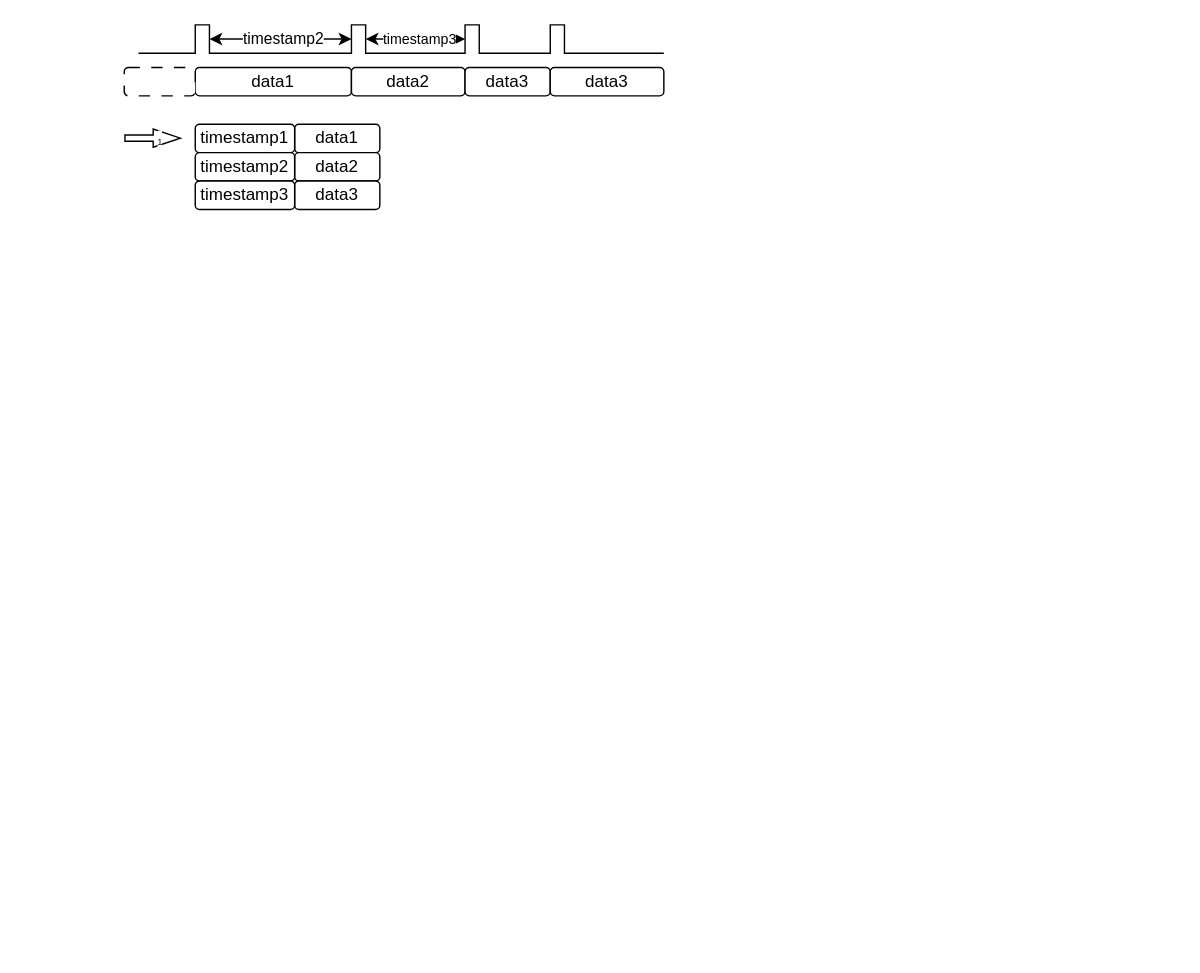
iceyxy/flow-chart-drawio keeps this draw.io diagram as drawio/dsadc.drawio. Above is the earlier version. Source tidied: cells renumbered, new cells numbered last; positions are measured from the earlier drawing's top-left corner, leaving out a move shared by most shapes. Both pictures are drawn from the tidied source at 142%, with x=0, y=0 at pixel (124, 24).
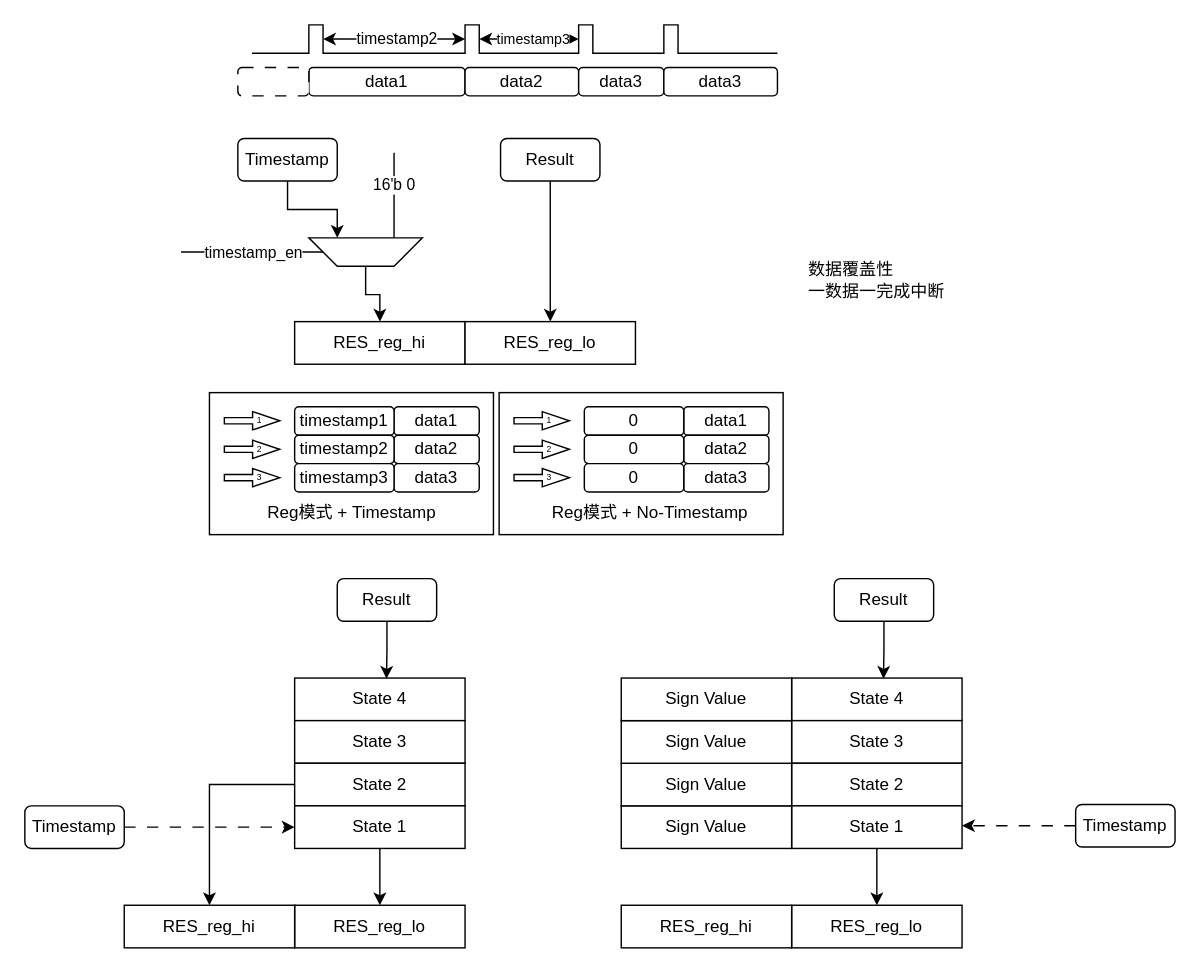
Above is the later version.

Change to the diagram source:
```diff
@@
+    <mxCell id="20" style="group;" parent="1" vertex="1">
+      <mxGeometry x="60" y="259" width="404" height="100" as="geometry" />
+    </mxCell>
+    <mxCell id="21" style="rounded=0;whiteSpace=wrap;html=1;" parent="20" vertex="1">
+      <mxGeometry x="204" width="200" height="100" as="geometry" />
+    </mxCell>
+    <mxCell id="22" style="rounded=0;whiteSpace=wrap;html=1;" parent="20" vertex="1">
+      <mxGeometry width="200" height="100" as="geometry" />
+    </mxCell>
+    <mxCell id="10" value="data1" style="rounded=1;whiteSpace=wrap;html=1;" parent="20" vertex="1">
+      <mxGeometry x="130" y="10" width="60" height="20" as="geometry" />
+    </mxCell>
+    <mxCell id="11" value="timestamp1" style="rounded=1;whiteSpace=wrap;html=1;" parent="20" vertex="1">
+      <mxGeometry x="60" y="10" width="70" height="20" as="geometry" />
+    </mxCell>
+    <mxCell id="12" value="data2" style="rounded=1;whiteSpace=wrap;html=1;" parent="20" vertex="1">
+      <mxGeometry x="130" y="30" width="60" height="20" as="geometry" />
+    </mxCell>
+    <mxCell id="13" value="timestamp2" style="rounded=1;whiteSpace=wrap;html=1;" parent="20" vertex="1">
+      <mxGeometry x="60" y="30" width="70" height="20" as="geometry" />
+    </mxCell>
+    <mxCell id="14" value="data3" style="rounded=1;whiteSpace=wrap;html=1;" parent="20" vertex="1">
+      <mxGeometry x="130" y="50" width="60" height="20" as="geometry" />
+    </mxCell>
+    <mxCell id="15" value="timestamp3" style="rounded=1;whiteSpace=wrap;html=1;" parent="20" vertex="1">
+      <mxGeometry x="60" y="50" width="70" height="20" as="geometry" />
+    </mxCell>
+    <mxCell id="18" style="shape=flexArrow;endArrow=classic;html=1;rounded=0;width=4.385964912280701;endSize=6.040350877192982;endWidth=7.476146506617421;" parent="20" edge="1">
+      <mxGeometry relative="1" as="geometry">
+        <mxPoint x="10" y="19.8" as="sourcePoint" />
+        <mxPoint x="50" y="19.8" as="targetPoint" />
+      </mxGeometry>
+    </mxCell>
+    <mxCell id="19" value="&lt;font style=&quot;font-size: 6px;&quot;&gt;1&lt;/font&gt;" style="edgeLabel;html=1;align=center;verticalAlign=middle;labelBackgroundColor=none;" parent="18" vertex="1">
+      <mxGeometry x="0.2" y="-1" relative="1" as="geometry">
+        <mxPoint y="-3" as="offset" />
+      </mxGeometry>
+    </mxCell>
+    <mxCell id="23" style="shape=flexArrow;endArrow=classic;html=1;rounded=0;width=4.385964912280701;endSize=6.040350877192982;endWidth=7.476146506617421;" parent="20" edge="1">
+      <mxGeometry relative="1" as="geometry">
+        <mxPoint x="10" y="39.9" as="sourcePoint" />
+        <mxPoint x="50" y="39.9" as="targetPoint" />
+      </mxGeometry>
+    </mxCell>
+    <mxCell id="24" value="&lt;font style=&quot;font-size: 6px;&quot;&gt;2&lt;/font&gt;" style="edgeLabel;html=1;align=center;verticalAlign=middle;labelBackgroundColor=none;" parent="23" vertex="1">
+      <mxGeometry x="0.2" y="-1" relative="1" as="geometry">
+        <mxPoint y="-3" as="offset" />
+      </mxGeometry>
+    </mxCell>
+    <mxCell id="25" style="shape=flexArrow;endArrow=classic;html=1;rounded=0;width=4.385964912280701;endSize=6.040350877192982;endWidth=7.476146506617421;" parent="20" edge="1">
+      <mxGeometry relative="1" as="geometry">
+        <mxPoint x="10" y="59.9" as="sourcePoint" />
+        <mxPoint x="50" y="59.9" as="targetPoint" />
+      </mxGeometry>
+    </mxCell>
+    <mxCell id="26" value="&lt;font style=&quot;font-size: 6px;&quot;&gt;3&lt;/font&gt;" style="edgeLabel;html=1;align=center;verticalAlign=middle;labelBackgroundColor=none;" parent="25" vertex="1">
+      <mxGeometry x="0.2" y="-1" relative="1" as="geometry">
+        <mxPoint y="-3" as="offset" />
+      </mxGeometry>
+    </mxCell>
+    <mxCell id="27" value="data1" style="rounded=1;whiteSpace=wrap;html=1;" parent="20" vertex="1">
+      <mxGeometry x="334" y="10" width="60" height="20" as="geometry" />
+    </mxCell>
+    <mxCell id="28" value="0" style="rounded=1;whiteSpace=wrap;html=1;" parent="20" vertex="1">
+      <mxGeometry x="264" y="10" width="70" height="20" as="geometry" />
+    </mxCell>
+    <mxCell id="29" value="data2" style="rounded=1;whiteSpace=wrap;html=1;" parent="20" vertex="1">
+      <mxGeometry x="334" y="30" width="60" height="20" as="geometry" />
+    </mxCell>
+    <mxCell id="30" value="0" style="rounded=1;whiteSpace=wrap;html=1;" parent="20" vertex="1">
+      <mxGeometry x="264" y="30" width="70" height="20" as="geometry" />
+    </mxCell>
+    <mxCell id="31" value="data3" style="rounded=1;whiteSpace=wrap;html=1;" parent="20" vertex="1">
+      <mxGeometry x="334" y="50" width="60" height="20" as="geometry" />
+    </mxCell>
+    <mxCell id="32" value="0" style="rounded=1;whiteSpace=wrap;html=1;" parent="20" vertex="1">
+      <mxGeometry x="264" y="50" width="70" height="20" as="geometry" />
+    </mxCell>
+    <mxCell id="33" style="shape=flexArrow;endArrow=classic;html=1;rounded=0;width=4.385964912280701;endSize=6.040350877192982;endWidth=7.476146506617421;" parent="20" edge="1">
+      <mxGeometry relative="1" as="geometry">
+        <mxPoint x="214" y="19.8" as="sourcePoint" />
+        <mxPoint x="254" y="19.8" as="targetPoint" />
+      </mxGeometry>
+    </mxCell>
+    <mxCell id="34" value="&lt;font style=&quot;font-size: 6px;&quot;&gt;1&lt;/font&gt;" style="edgeLabel;html=1;align=center;verticalAlign=middle;labelBackgroundColor=none;" parent="33" vertex="1">
+      <mxGeometry x="0.2" y="-1" relative="1" as="geometry">
+        <mxPoint y="-3" as="offset" />
+      </mxGeometry>
+    </mxCell>
+    <mxCell id="35" style="shape=flexArrow;endArrow=classic;html=1;rounded=0;width=4.385964912280701;endSize=6.040350877192982;endWidth=7.476146506617421;" parent="20" edge="1">
+      <mxGeometry relative="1" as="geometry">
+        <mxPoint x="214" y="39.9" as="sourcePoint" />
+        <mxPoint x="254" y="39.9" as="targetPoint" />
+      </mxGeometry>
+    </mxCell>
+    <mxCell id="36" value="&lt;font style=&quot;font-size: 6px;&quot;&gt;2&lt;/font&gt;" style="edgeLabel;html=1;align=center;verticalAlign=middle;labelBackgroundColor=none;" parent="35" vertex="1">
+      <mxGeometry x="0.2" y="-1" relative="1" as="geometry">
+        <mxPoint y="-3" as="offset" />
+      </mxGeometry>
+    </mxCell>
+    <mxCell id="37" style="shape=flexArrow;endArrow=classic;html=1;rounded=0;width=4.385964912280701;endSize=6.040350877192982;endWidth=7.476146506617421;" parent="20" edge="1">
+      <mxGeometry relative="1" as="geometry">
+        <mxPoint x="214" y="59.9" as="sourcePoint" />
+        <mxPoint x="254" y="59.9" as="targetPoint" />
+      </mxGeometry>
+    </mxCell>
+    <mxCell id="38" value="&lt;font style=&quot;font-size: 6px;&quot;&gt;3&lt;/font&gt;" style="edgeLabel;html=1;align=center;verticalAlign=middle;labelBackgroundColor=none;" parent="37" vertex="1">
+      <mxGeometry x="0.2" y="-1" relative="1" as="geometry">
+        <mxPoint y="-3" as="offset" />
+      </mxGeometry>
+    </mxCell>
+    <mxCell id="39" value="Reg模式 + Timestamp" style="text;html=1;align=center;verticalAlign=middle;strokeColor=none;fillColor=none;" parent="20" vertex="1">
+      <mxGeometry x="30" y="70" width="140" height="30" as="geometry" />
+    </mxCell>
+    <mxCell id="40" value="Reg模式 + No-Timestamp" style="text;html=1;align=center;verticalAlign=middle;strokeColor=none;fillColor=none;" parent="20" vertex="1">
+      <mxGeometry x="230" y="70" width="160" height="30" as="geometry" />
+    </mxCell>
+    <mxCell id="41" style="group;" parent="1" vertex="1">
+      <mxGeometry x="80" width="380" height="50" as="geometry" />
+    </mxCell>
-    <mxCell id="2" value="data1" style="rounded=1;whiteSpace=wrap;html=1;" parent="1" vertex="1">
+    <mxCell id="2" value="data1" style="rounded=1;whiteSpace=wrap;html=1;" parent="41" vertex="1">
       <mxGeometry x="50" y="30" width="110" height="20" as="geometry" />
     </mxCell>
-    <mxCell id="3" value="data2" style="rounded=1;whiteSpace=wrap;html=1;" parent="1" vertex="1">
+    <mxCell id="3" value="data2" style="rounded=1;whiteSpace=wrap;html=1;" parent="41" vertex="1">
       <mxGeometry x="160" y="30" width="80" height="20" as="geometry" />
     </mxCell>
-    <mxCell id="4" value="data3" style="rounded=1;whiteSpace=wrap;html=1;" parent="1" vertex="1">
+    <mxCell id="4" value="data3" style="rounded=1;whiteSpace=wrap;html=1;" parent="41" vertex="1">
       <mxGeometry x="240" y="30" width="60" height="20" as="geometry" />
     </mxCell>
-    <mxCell id="5" value="&lt;div&gt;data3&lt;/div&gt;" style="rounded=1;whiteSpace=wrap;html=1;" parent="1" vertex="1">
+    <mxCell id="5" value="&lt;div&gt;data3&lt;/div&gt;" style="rounded=1;whiteSpace=wrap;html=1;" parent="41" vertex="1">
       <mxGeometry x="300" y="30" width="80" height="20" as="geometry" />
     </mxCell>
-    <mxCell id="6" style="endArrow=none;html=1;rounded=0;" parent="1" edge="1">
+    <mxCell id="6" style="endArrow=none;html=1;rounded=0;" parent="41" edge="1">
       <mxGeometry relative="1" as="geometry">
         <mxPoint x="10" y="20" as="sourcePoint" />
         <mxPoint x="380" y="20" as="targetPoint" />
         <Array as="points">
           <mxPoint x="50" y="20" />
           <mxPoint x="50" />
           <mxPoint x="60" />
           <mxPoint x="60" y="20" />
           <mxPoint x="160" y="20" />
           <mxPoint x="160" />
           <mxPoint x="170" />
           <mxPoint x="170" y="20" />
           <mxPoint x="240" y="20" />
           <mxPoint x="240" />
           <mxPoint x="250" />
           <mxPoint x="250" y="20" />
           <mxPoint x="300" y="20" />
           <mxPoint x="300" />
           <mxPoint x="310" />
           <mxPoint x="310" y="20" />
         </Array>
       </mxGeometry>
     </mxCell>
-    <mxCell id="7" style="rounded=1;whiteSpace=wrap;html=1;dashed=1;dashPattern=8 8;" parent="1" vertex="1">
+    <mxCell id="7" style="rounded=1;whiteSpace=wrap;html=1;dashed=1;dashPattern=8 8;" parent="41" vertex="1">
       <mxGeometry y="30" width="50" height="20" as="geometry" />
     </mxCell>
-    <mxCell id="8" style="endArrow=classic;startArrow=classic;html=1;rounded=0;" parent="1" edge="1">
+    <mxCell id="8" style="endArrow=classic;startArrow=classic;html=1;rounded=0;" parent="41" edge="1">
       <mxGeometry relative="1" as="geometry">
         <mxPoint x="60" y="10" as="sourcePoint" />
         <mxPoint x="160" y="10" as="targetPoint" />
       </mxGeometry>
     </mxCell>
@@
-    <mxCell id="10" value="data1" style="rounded=1;whiteSpace=wrap;html=1;" parent="1" vertex="1">
-      <mxGeometry x="120" y="70" width="60" height="20" as="geometry" />
-    </mxCell>
-    <mxCell id="11" value="timestamp1" style="rounded=1;whiteSpace=wrap;html=1;" parent="1" vertex="1">
-      <mxGeometry x="50" y="70" width="70" height="20" as="geometry" />
-    </mxCell>
-    <mxCell id="12" value="data2" style="rounded=1;whiteSpace=wrap;html=1;" parent="1" vertex="1">
-      <mxGeometry x="120" y="90" width="60" height="20" as="geometry" />
-    </mxCell>
-    <mxCell id="13" value="timestamp2" style="rounded=1;whiteSpace=wrap;html=1;" parent="1" vertex="1">
-      <mxGeometry x="50" y="90" width="70" height="20" as="geometry" />
-    </mxCell>
-    <mxCell id="14" value="data3" style="rounded=1;whiteSpace=wrap;html=1;" parent="1" vertex="1">
-      <mxGeometry x="120" y="110" width="60" height="20" as="geometry" />
-    </mxCell>
-    <mxCell id="15" value="timestamp3" style="rounded=1;whiteSpace=wrap;html=1;" parent="1" vertex="1">
-      <mxGeometry x="50" y="110" width="70" height="20" as="geometry" />
-    </mxCell>
-    <mxCell id="16" style="endArrow=classic;startArrow=classic;html=1;rounded=0;" parent="1" edge="1">
+    <mxCell id="16" style="endArrow=classic;startArrow=classic;html=1;rounded=0;" parent="41" edge="1">
       <mxGeometry relative="1" as="geometry">
         <mxPoint x="170" y="10" as="sourcePoint" />
         <mxPoint x="240" y="10" as="targetPoint" />
         <Array as="points">
           <mxPoint x="210" y="10" />
         </Array>
       </mxGeometry>
     </mxCell>
@@
-    <mxCell id="18" style="shape=flexArrow;endArrow=classic;html=1;rounded=0;width=4.385964912280701;endSize=6.040350877192982;endWidth=7.476146506617421;" parent="1" edge="1">
-      <mxGeometry relative="1" as="geometry">
-        <mxPoint y="79.8" as="sourcePoint" />
-        <mxPoint x="40" y="79.8" as="targetPoint" />
-      </mxGeometry>
-    </mxCell>
-    <mxCell id="19" value="&lt;font style=&quot;font-size: 6px;&quot;&gt;1&lt;/font&gt;" style="edgeLabel;html=1;align=center;verticalAlign=middle;" parent="18" vertex="1">
-      <mxGeometry x="0.2" y="-1" relative="1" as="geometry" />
-    </mxCell>
+    <mxCell id="42" value="&lt;div&gt;RES_reg_hi&lt;/div&gt;" style="rounded=0;whiteSpace=wrap;html=1;" parent="1" vertex="1">
+      <mxGeometry x="120" y="209" width="120" height="30" as="geometry" />
+    </mxCell>
+    <mxCell id="43" value="&lt;div&gt;RES_reg_lo&lt;/div&gt;" style="rounded=0;whiteSpace=wrap;html=1;" parent="1" vertex="1">
+      <mxGeometry x="240" y="209" width="120" height="30" as="geometry" />
+    </mxCell>
+    <mxCell id="44" style="edgeStyle=orthogonalEdgeStyle;rounded=0;jettySize=auto;html=1;entryX=0.75;entryY=1;entryDx=0;entryDy=0;" parent="1" edge="1" source="45" target="49">
+      <mxGeometry relative="1" as="geometry" />
+    </mxCell>
+    <mxCell id="45" value="Timestamp" style="rounded=1;whiteSpace=wrap;html=1;" parent="1" vertex="1">
+      <mxGeometry x="80" y="80" width="70" height="30" as="geometry" />
+    </mxCell>
+    <mxCell id="46" style="edgeStyle=orthogonalEdgeStyle;rounded=0;jettySize=auto;html=1;entryX=0.5;entryY=0;entryDx=0;entryDy=0;" parent="1" edge="1" source="47" target="43">
+      <mxGeometry relative="1" as="geometry" />
+    </mxCell>
+    <mxCell id="47" value="Result" style="rounded=1;whiteSpace=wrap;html=1;" parent="1" vertex="1">
+      <mxGeometry x="265" y="80" width="70" height="30" as="geometry" />
+    </mxCell>
+    <mxCell id="48" style="edgeStyle=orthogonalEdgeStyle;rounded=0;jettySize=auto;html=1;entryX=0.5;entryY=0;entryDx=0;entryDy=0;" parent="1" edge="1" source="49" target="42">
+      <mxGeometry relative="1" as="geometry" />
+    </mxCell>
+    <mxCell id="49" style="shape=trapezoid;perimeter=trapezoidPerimeter;whiteSpace=wrap;html=1;fixedSize=1;rotation=-180;" parent="1" vertex="1">
+      <mxGeometry x="130" y="150" width="80" height="20" as="geometry" />
+    </mxCell>
+    <mxCell id="50" style="endArrow=none;html=1;rounded=0;exitX=0.25;exitY=1;exitDx=0;exitDy=0;" parent="1" edge="1" source="49">
+      <mxGeometry relative="1" as="geometry">
+        <mxPoint x="190" y="90" as="targetPoint" />
+      </mxGeometry>
+    </mxCell>
+    <mxCell id="51" value="16'b 0" style="edgeLabel;html=1;align=center;verticalAlign=middle;" parent="50" vertex="1">
+      <mxGeometry x="0.27" y="1" relative="1" as="geometry" />
+    </mxCell>
+    <mxCell id="52" style="endArrow=none;html=1;rounded=0;entryX=1;entryY=0.5;entryDx=0;entryDy=0;" parent="1" edge="1" target="49">
+      <mxGeometry relative="1" as="geometry">
+        <mxPoint x="40" y="160" as="sourcePoint" />
+      </mxGeometry>
+    </mxCell>
+    <mxCell id="53" value="timestamp_en" style="edgeLabel;html=1;align=center;verticalAlign=middle;" parent="52" vertex="1">
+      <mxGeometry x="-0.19" y="-1" relative="1" as="geometry">
+        <mxPoint x="9" y="-1" as="offset" />
+      </mxGeometry>
+    </mxCell>
+    <mxCell id="54" value="&lt;div&gt;数据覆盖性&lt;/div&gt;&lt;div&gt;一数据一完成中断&lt;/div&gt;" style="text;html=1;align=left;verticalAlign=middle;strokeColor=none;fillColor=none;" parent="1" vertex="1">
+      <mxGeometry x="480" y="160" width="120" height="40" as="geometry" />
+    </mxCell>
+    <mxCell id="55" value="State 4" style="rounded=0;whiteSpace=wrap;html=1;" parent="1" vertex="1">
+      <mxGeometry x="120" y="460" width="120" height="30" as="geometry" />
+    </mxCell>
+    <mxCell id="56" value="State 3" style="rounded=0;whiteSpace=wrap;html=1;" parent="1" vertex="1">
+      <mxGeometry x="120" y="490" width="120" height="30" as="geometry" />
+    </mxCell>
+    <mxCell id="57" style="edgeStyle=orthogonalEdgeStyle;rounded=0;jettySize=auto;html=1;entryX=0.5;entryY=0;entryDx=0;entryDy=0;" parent="1" edge="1" source="58" target="62">
+      <mxGeometry relative="1" as="geometry">
+        <Array as="points">
+          <mxPoint x="60" y="535" />
+        </Array>
+      </mxGeometry>
+    </mxCell>
+    <mxCell id="58" value="State 2" style="rounded=0;whiteSpace=wrap;html=1;" parent="1" vertex="1">
+      <mxGeometry x="120" y="520" width="120" height="30" as="geometry" />
+    </mxCell>
+    <mxCell id="59" style="edgeStyle=orthogonalEdgeStyle;rounded=0;jettySize=auto;html=1;entryX=0.5;entryY=0;entryDx=0;entryDy=0;" parent="1" edge="1" source="60" target="61">
+      <mxGeometry relative="1" as="geometry" />
+    </mxCell>
+    <mxCell id="60" value="State 1" style="rounded=0;whiteSpace=wrap;html=1;" parent="1" vertex="1">
+      <mxGeometry x="120" y="550" width="120" height="30" as="geometry" />
+    </mxCell>
+    <mxCell id="61" value="&lt;div&gt;RES_reg_lo&lt;/div&gt;" style="rounded=0;whiteSpace=wrap;html=1;" parent="1" vertex="1">
+      <mxGeometry x="120" y="620" width="120" height="30" as="geometry" />
+    </mxCell>
+    <mxCell id="62" value="&lt;div&gt;RES_reg_hi&lt;/div&gt;" style="rounded=0;whiteSpace=wrap;html=1;" parent="1" vertex="1">
+      <mxGeometry y="620" width="120" height="30" as="geometry" />
+    </mxCell>
+    <mxCell id="63" style="edgeStyle=orthogonalEdgeStyle;rounded=0;jettySize=auto;html=1;entryX=0;entryY=0.5;entryDx=0;entryDy=0;dashed=1;dashPattern=8 8;" parent="1" edge="1" source="64" target="60">
+      <mxGeometry relative="1" as="geometry" />
+    </mxCell>
+    <mxCell id="64" value="Timestamp" style="rounded=1;whiteSpace=wrap;html=1;" parent="1" vertex="1">
+      <mxGeometry x="-70" y="550" width="70" height="30" as="geometry" />
+    </mxCell>
+    <mxCell id="65" value="Result" style="rounded=1;whiteSpace=wrap;html=1;" parent="1" vertex="1">
+      <mxGeometry x="150" y="390" width="70" height="30" as="geometry" />
+    </mxCell>
+    <mxCell id="66" style="edgeStyle=orthogonalEdgeStyle;rounded=0;jettySize=auto;html=1;entryX=0.539;entryY=0.018;entryDx=0;entryDy=0;entryPerimeter=0;" parent="1" edge="1" source="65" target="55">
+      <mxGeometry relative="1" as="geometry" />
+    </mxCell>
+    <mxCell id="67" value="State 4" style="rounded=0;whiteSpace=wrap;html=1;" parent="1" vertex="1">
+      <mxGeometry x="470" y="460" width="120" height="30" as="geometry" />
+    </mxCell>
+    <mxCell id="68" value="State 3" style="rounded=0;whiteSpace=wrap;html=1;" parent="1" vertex="1">
+      <mxGeometry x="470" y="490" width="120" height="30" as="geometry" />
+    </mxCell>
+    <mxCell id="69" value="State 2" style="rounded=0;whiteSpace=wrap;html=1;" parent="1" vertex="1">
+      <mxGeometry x="470" y="520" width="120" height="30" as="geometry" />
+    </mxCell>
+    <mxCell id="70" style="edgeStyle=orthogonalEdgeStyle;rounded=0;jettySize=auto;html=1;entryX=0.5;entryY=0;entryDx=0;entryDy=0;" parent="1" edge="1" source="71" target="72">
+      <mxGeometry relative="1" as="geometry" />
+    </mxCell>
+    <mxCell id="71" value="State 1" style="rounded=0;whiteSpace=wrap;html=1;" parent="1" vertex="1">
+      <mxGeometry x="470" y="550" width="120" height="30" as="geometry" />
+    </mxCell>
+    <mxCell id="72" value="&lt;div&gt;RES_reg_lo&lt;/div&gt;" style="rounded=0;whiteSpace=wrap;html=1;" parent="1" vertex="1">
+      <mxGeometry x="470" y="620" width="120" height="30" as="geometry" />
+    </mxCell>
+    <mxCell id="73" value="&lt;div&gt;RES_reg_hi&lt;/div&gt;" style="rounded=0;whiteSpace=wrap;html=1;" parent="1" vertex="1">
+      <mxGeometry x="350" y="620" width="120" height="30" as="geometry" />
+    </mxCell>
+    <mxCell id="74" style="edgeStyle=orthogonalEdgeStyle;rounded=0;jettySize=auto;html=1;entryX=1;entryY=0.5;entryDx=0;entryDy=0;exitX=0;exitY=0.5;exitDx=0;exitDy=0;dashed=1;dashPattern=8 8;" parent="1" edge="1" source="75">
+      <mxGeometry relative="1" as="geometry">
+        <mxPoint x="590" y="564" as="targetPoint" />
+      </mxGeometry>
+    </mxCell>
+    <mxCell id="75" value="Timestamp" style="rounded=1;whiteSpace=wrap;html=1;" parent="1" vertex="1">
+      <mxGeometry x="670" y="549" width="70" height="30" as="geometry" />
+    </mxCell>
+    <mxCell id="76" value="Result" style="rounded=1;whiteSpace=wrap;html=1;" parent="1" vertex="1">
+      <mxGeometry x="500" y="390" width="70" height="30" as="geometry" />
+    </mxCell>
+    <mxCell id="77" style="edgeStyle=orthogonalEdgeStyle;rounded=0;jettySize=auto;html=1;entryX=0.539;entryY=0.018;entryDx=0;entryDy=0;entryPerimeter=0;" parent="1" edge="1" source="76" target="67">
+      <mxGeometry relative="1" as="geometry" />
+    </mxCell>
+    <mxCell id="78" value="Sign Value" style="rounded=0;whiteSpace=wrap;html=1;" parent="1" vertex="1">
+      <mxGeometry x="350" y="550" width="120" height="30" as="geometry" />
+    </mxCell>
+    <mxCell id="79" value="Sign Value" style="rounded=0;whiteSpace=wrap;html=1;" parent="1" vertex="1">
+      <mxGeometry x="350" y="520" width="120" height="30" as="geometry" />
+    </mxCell>
+    <mxCell id="80" value="Sign Value" style="rounded=0;whiteSpace=wrap;html=1;" parent="1" vertex="1">
+      <mxGeometry x="350" y="490" width="120" height="30" as="geometry" />
+    </mxCell>
+    <mxCell id="81" value="Sign Value" style="rounded=0;whiteSpace=wrap;html=1;" parent="1" vertex="1">
+      <mxGeometry x="350" y="460" width="120" height="30" as="geometry" />
+    </mxCell>
```
